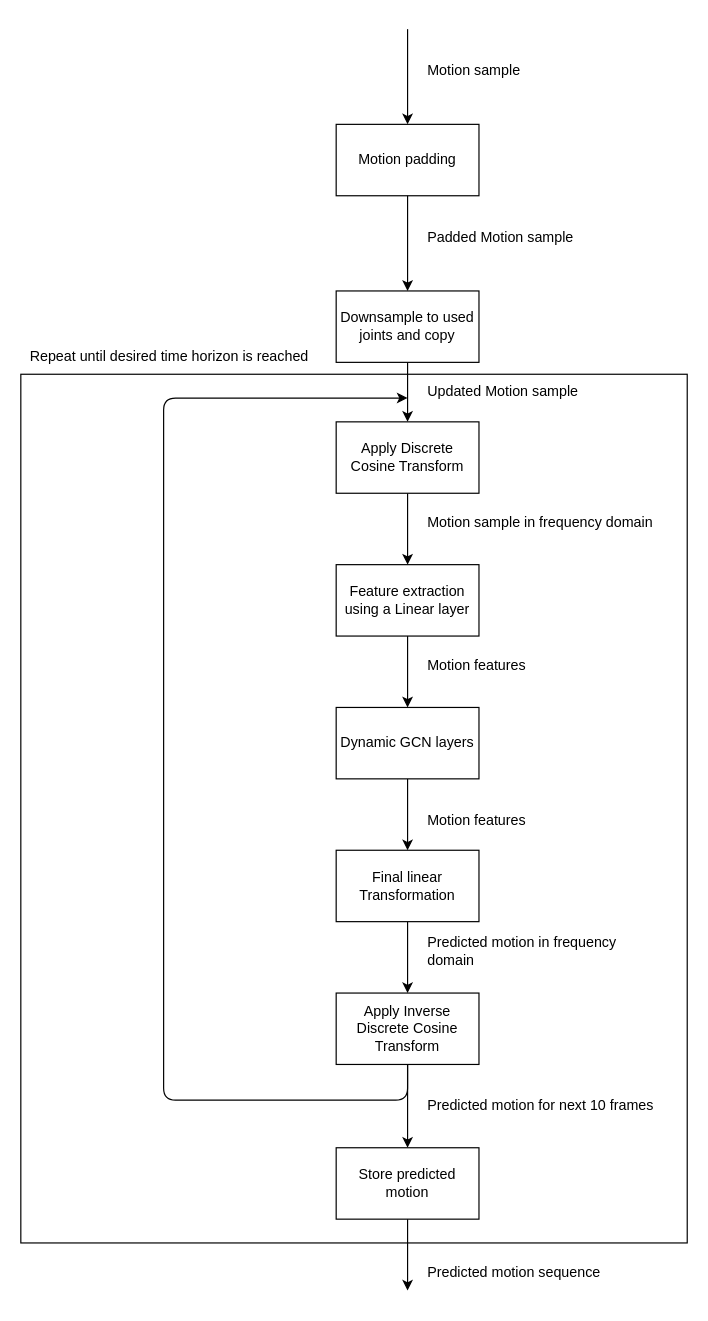
Earlier version of the draw.io diagram page "GCNext" (4 of 4) of PhysMoP.drawio (AndrewHutani/HMP). Source tidied: cells renumbered, new cells numbered last; positions are measured from the earlier drawing's top-left corner, leaving out a move shared by most shapes. Both pictures are drawn from the tidied source at 119%, with x=0, y=0 at pixel (20, 29).
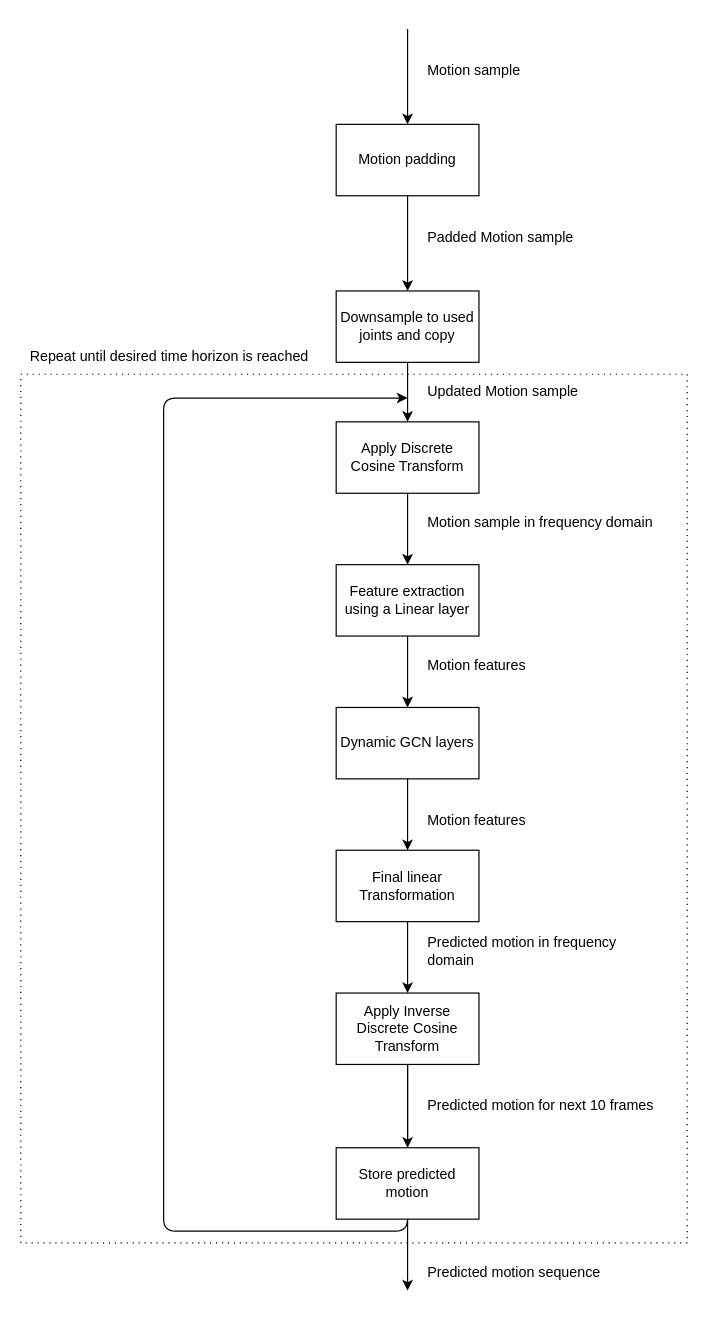
The same page after the edit.

The change refers to these unchanged cells:
```xml
<mxCell id="25" value="Apply Inverse Discrete Cosine Transform" style="rounded=0;whiteSpace=wrap;html=1;" parent="1" vertex="1">
  <mxGeometry x="265" y="810" width="120" height="60" as="geometry" />
</mxCell>
```

The edit, as a diff of the source:
```diff
@@
-    <mxCell id="2" style="rounded=0;whiteSpace=wrap;html=1;fillColor=none;" parent="1" vertex="1">
+    <mxCell id="2" style="rounded=0;whiteSpace=wrap;html=1;fillColor=none;dashed=1;dashPattern=1 4;" parent="1" vertex="1">
       <mxGeometry y="290" width="560" height="730" as="geometry" />
     </mxCell>
@@
     <mxCell id="24" style="edgeStyle=none;html=1;exitX=0.5;exitY=1;exitDx=0;exitDy=0;" parent="1" edge="1" source="25">
       <mxGeometry relative="1" as="geometry">
         <mxPoint x="325" y="310" as="targetPoint" />
         <Array as="points">
-          <mxPoint x="325" y="900" />
+          <mxPoint x="325" y="1010" />
+          <mxPoint x="220" y="1010" />
+          <mxPoint x="120" y="1010" />
           <mxPoint x="120" y="900" />
           <mxPoint x="120" y="310" />
         </Array>
       </mxGeometry>
     </mxCell>
```
